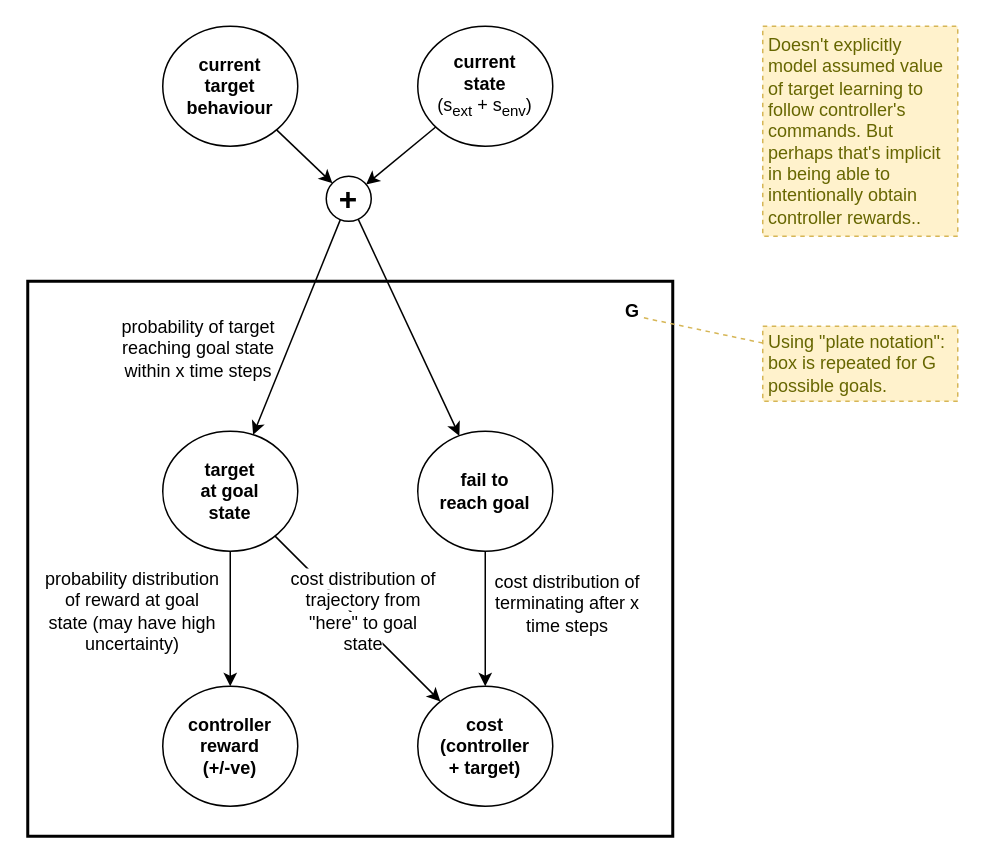
Above: page "goal-value" (5 of 7) of files/Autonomous-monitoring-and-control.drawio in malcolmlett/malcolmlett.github.io (draw.io), before the change. Source tidied: cells renumbered, new cells numbered last; positions are measured from the earlier drawing's top-left corner, leaving out a move shared by most shapes. Both pictures are drawn from the tidied source at 150%, with x=0, y=0 at pixel (27, 26).
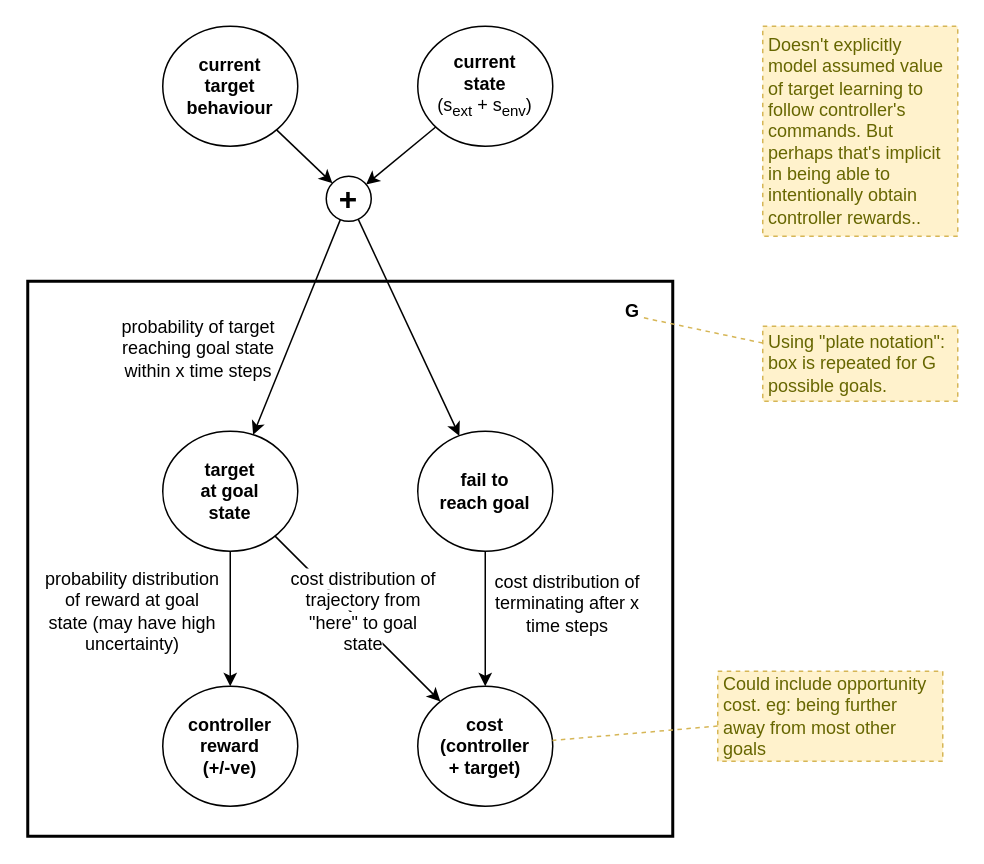
After the change.

Commit message (it also covers changes not shown here):
Added other AMC diagrams

Unchanged cells that the change refers to:
```xml
<mxCell id="10" value="&lt;b&gt;cost&lt;br&gt;(controller&lt;br&gt;+ target)&lt;br&gt;&lt;/b&gt;" style="ellipse;whiteSpace=wrap;html=1;fontSize=12;align=center;fillColor=none;fontColor=#000000;" parent="1" vertex="1">
  <mxGeometry x="260" y="440" width="90" height="80" as="geometry" />
</mxCell>
```

Diff of the diagram source:
```diff
@@
+    <mxCell id="25" value="Could include opportunity cost. eg: being further away from most other goals" style="rounded=0;whiteSpace=wrap;html=1;align=left;fillColor=#fff2cc;strokeColor=#d6b656;fontColor=#666600;dashed=1;spacingLeft=2;spacingRight=2;" parent="1" vertex="1">
+      <mxGeometry x="460" y="430" width="150" height="60" as="geometry" />
+    </mxCell>
+    <mxCell id="26" style="rounded=0;jumpStyle=none;jettySize=auto;html=1;strokeWidth=1;fontColor=#666600;dashed=1;strokeColor=#d6b656;fillColor=#fff2cc;endArrow=none;endFill=0;" parent="1" edge="1" source="25" target="10">
+      <mxGeometry relative="1" as="geometry" />
+    </mxCell>
```
